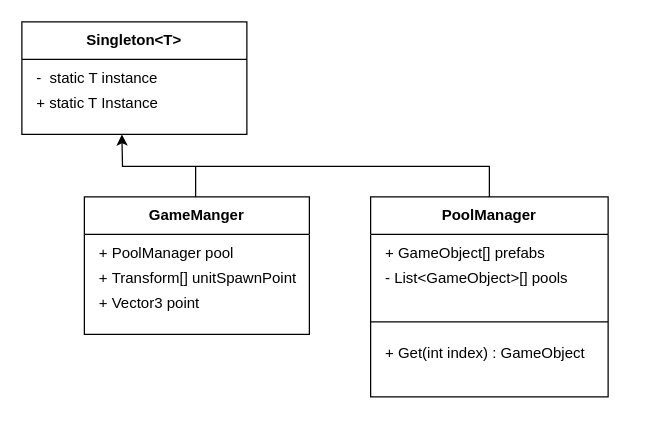
Earlier version of the draw.io diagram page "Managers" (3 of 3) of Project_CSD.drawio (YJU-Capstone-Design/Capstone-Design). Source tidied: cells renumbered, new cells numbered last; positions are measured from the earlier drawing's top-left corner, leaving out a move shared by most shapes. Both pictures are drawn from the tidied source at 125%, with x=0, y=0 at pixel (21, 21).
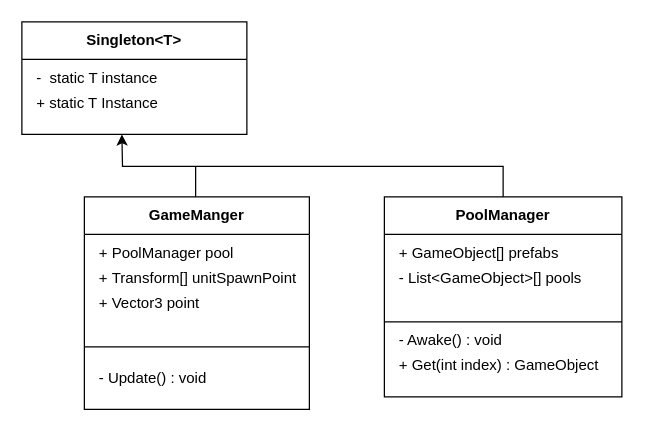
Above is the later version.

The edit, as a diff of the source:
```diff
@@
     <mxCell id="5" value="GameManger" style="swimlane;whiteSpace=wrap;html=1;startSize=30;" parent="1" vertex="1">
-      <mxGeometry x="50" y="140" width="180" height="110" as="geometry" />
+      <mxGeometry x="50" y="140" width="180" height="170" as="geometry" />
     </mxCell>
@@
+    <mxCell id="16" style="endArrow=none;html=1;rounded=0;exitX=0;exitY=0.75;exitDx=0;exitDy=0;entryX=1;entryY=0.75;entryDx=0;entryDy=0;" parent="5" edge="1">
+      <mxGeometry relative="1" as="geometry">
+        <mxPoint y="120" as="sourcePoint" />
+        <mxPoint x="180" y="120" as="targetPoint" />
+      </mxGeometry>
+    </mxCell>
+    <mxCell id="17" value="-&amp;nbsp;Update() : void" style="text;html=1;align=left;verticalAlign=middle;whiteSpace=wrap;rounded=0;" parent="5" vertex="1">
+      <mxGeometry x="10" y="130" width="160" height="30" as="geometry" />
+    </mxCell>
@@
     <mxCell id="10" value="PoolManager" style="swimlane;whiteSpace=wrap;html=1;startSize=30;" parent="1" vertex="1">
-      <mxGeometry x="279" y="140" width="190" height="160" as="geometry" />
+      <mxGeometry x="290" y="140" width="190" height="160" as="geometry" />
     </mxCell>
@@
     <mxCell id="14" value="+ Get(int index) : GameObject&amp;nbsp;" style="text;html=1;align=left;verticalAlign=middle;whiteSpace=wrap;rounded=0;" parent="10" vertex="1">
-      <mxGeometry x="10" y="110" width="170" height="30" as="geometry" />
+      <mxGeometry x="10" y="120" width="170" height="30" as="geometry" />
     </mxCell>
+    <mxCell id="18" value="- Awake() : void" style="text;html=1;align=left;verticalAlign=middle;whiteSpace=wrap;rounded=0;" parent="10" vertex="1">
+      <mxGeometry x="10" y="100" width="170" height="30" as="geometry" />
+    </mxCell>
```
